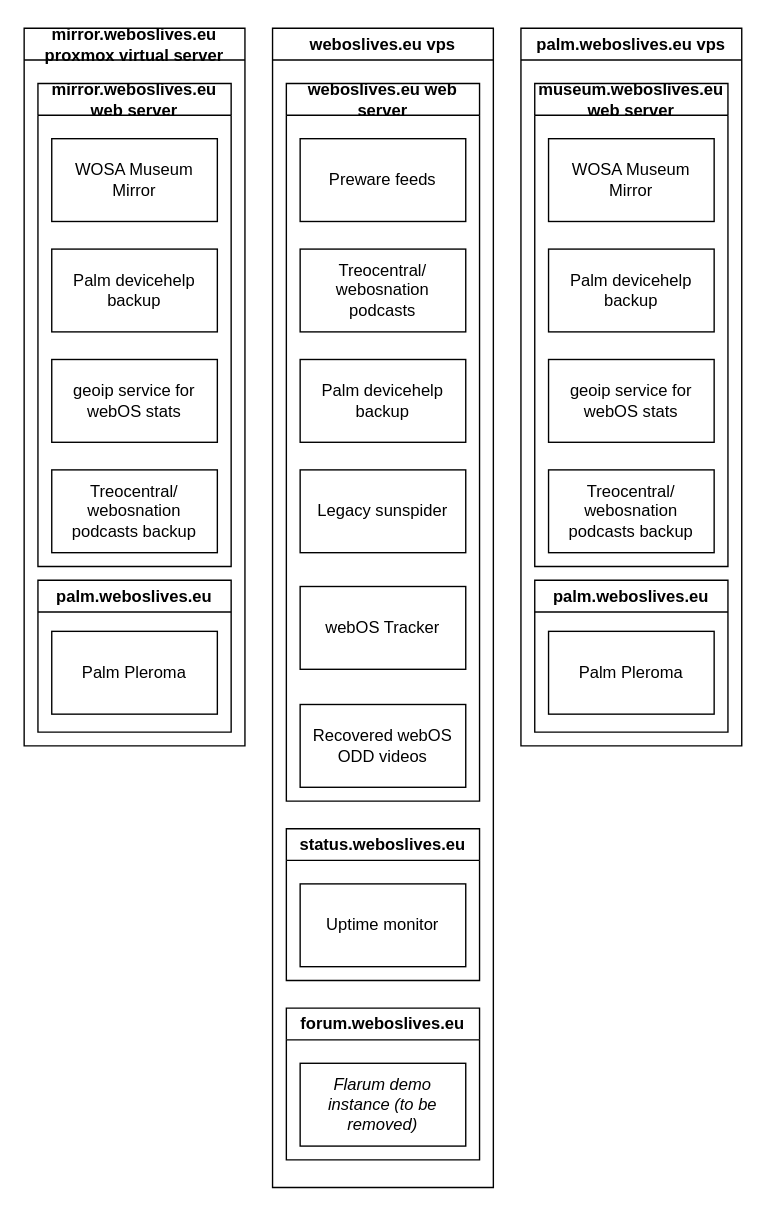
The draw.io diagram Legacy webOS Services.drawio in h8pewou/legacy_webos, before the edit. Source tidied: cells renumbered, new cells numbered last; positions are measured from the earlier drawing's top-left corner, leaving out a move shared by most shapes. Both pictures are drawn from the tidied source at 138%, with x=0, y=0 at pixel (23, 28).
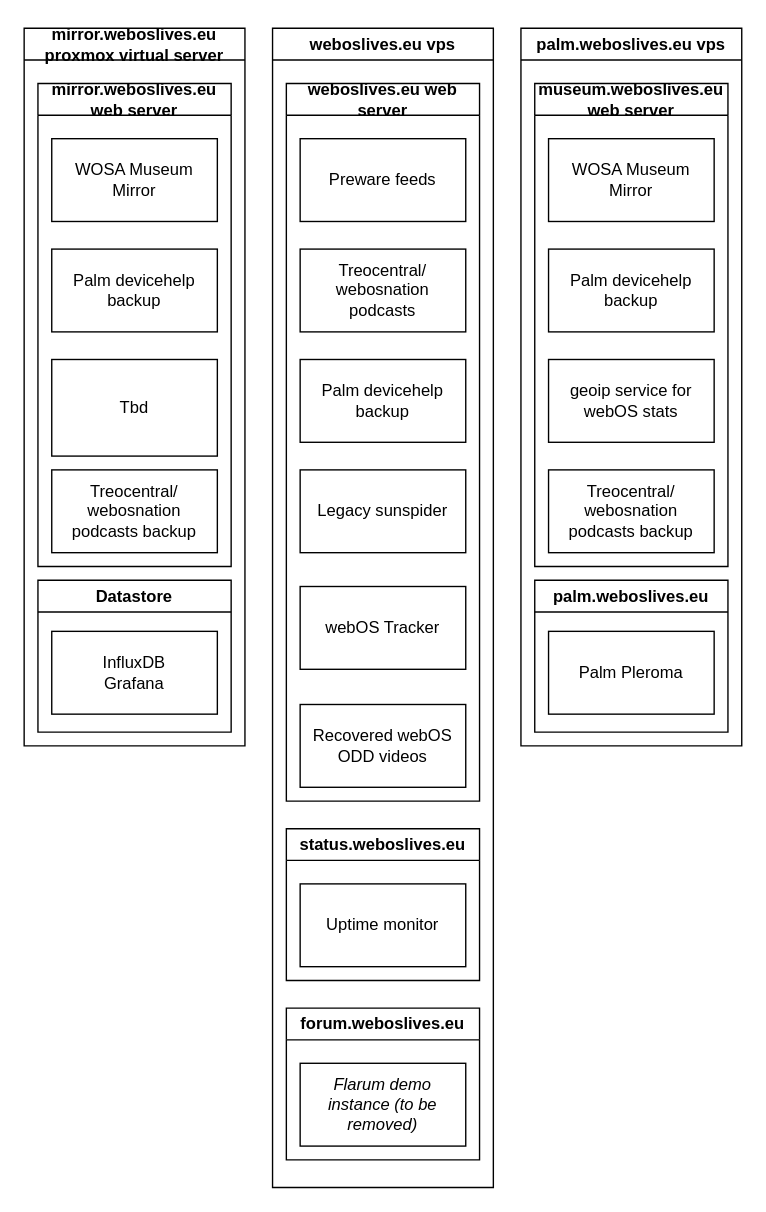
The same page after the edit.

The change refers to these unchanged cells:
```xml
<mxCell id="22" value="mirror.weboslives.eu proxmox virtual server" style="swimlane;whiteSpace=wrap;html=1;" parent="1" vertex="1">
  <mxGeometry width="160" height="520" as="geometry" />
</mxCell>
<mxCell id="25" value="mirror.weboslives.eu web server" style="swimlane;whiteSpace=wrap;html=1;" parent="22" vertex="1">
  <mxGeometry x="10" y="40" width="140" height="350" as="geometry" />
</mxCell>
```

What changed in the source:
```diff
@@
-    <mxCell id="23" value="palm.weboslives.eu" style="swimlane;whiteSpace=wrap;html=1;" parent="22" vertex="1">
+    <mxCell id="23" value="Datastore" style="swimlane;whiteSpace=wrap;html=1;" parent="22" vertex="1">
       <mxGeometry x="10" y="400" width="140" height="110" as="geometry" />
     </mxCell>
-    <mxCell id="24" value="Palm Pleroma" style="rounded=0;whiteSpace=wrap;html=1;" parent="23" vertex="1">
+    <mxCell id="24" value="InfluxDB&lt;br&gt;Grafana" style="rounded=0;whiteSpace=wrap;html=1;" parent="23" vertex="1">
       <mxGeometry x="10" y="37" width="120" height="60" as="geometry" />
     </mxCell>
@@
+    <mxCell id="29" value="Treocentral/&lt;br style=&quot;border-color: var(--border-color);&quot;&gt;webosnation podcasts backup" style="rounded=0;whiteSpace=wrap;html=1;" parent="25" vertex="1">
+      <mxGeometry x="10" y="280" width="120" height="60" as="geometry" />
+    </mxCell>
-    <mxCell id="28" value="geoip service for webOS stats" style="rounded=0;whiteSpace=wrap;html=1;" parent="25" vertex="1">
-      <mxGeometry x="10" y="200" width="120" height="60" as="geometry" />
+    <mxCell id="28" value="Tbd" style="rounded=0;whiteSpace=wrap;html=1;" parent="25" vertex="1">
+      <mxGeometry x="10" y="200" width="120" height="70" as="geometry" />
     </mxCell>
-    <mxCell id="29" value="Treocentral/&lt;br style=&quot;border-color: var(--border-color);&quot;&gt;webosnation podcasts backup" style="rounded=0;whiteSpace=wrap;html=1;" parent="25" vertex="1">
-      <mxGeometry x="10" y="280" width="120" height="60" as="geometry" />
-    </mxCell>
```
